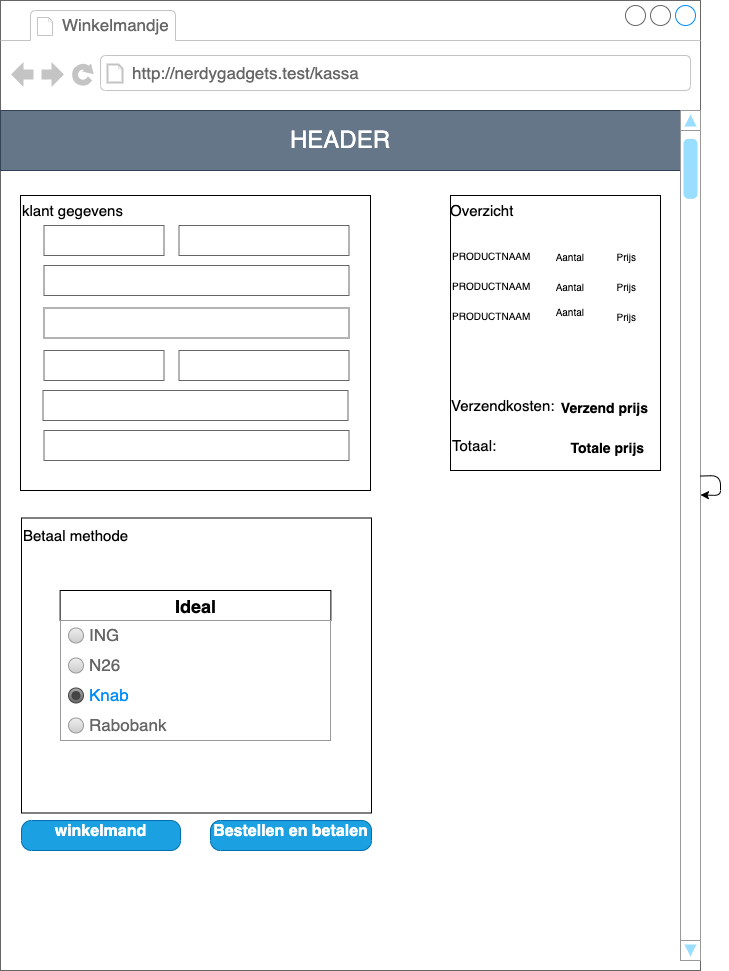
The draw.io diagram drawio/wireframe/Kassa_sprint_4wireframe.drawio.png in Naraquoth/nerdygadgets, before a commit. Source tidied: cells renumbered, new cells last; positions are measured from the earlier drawing's top-left corner, leaving out a move shared by most shapes.
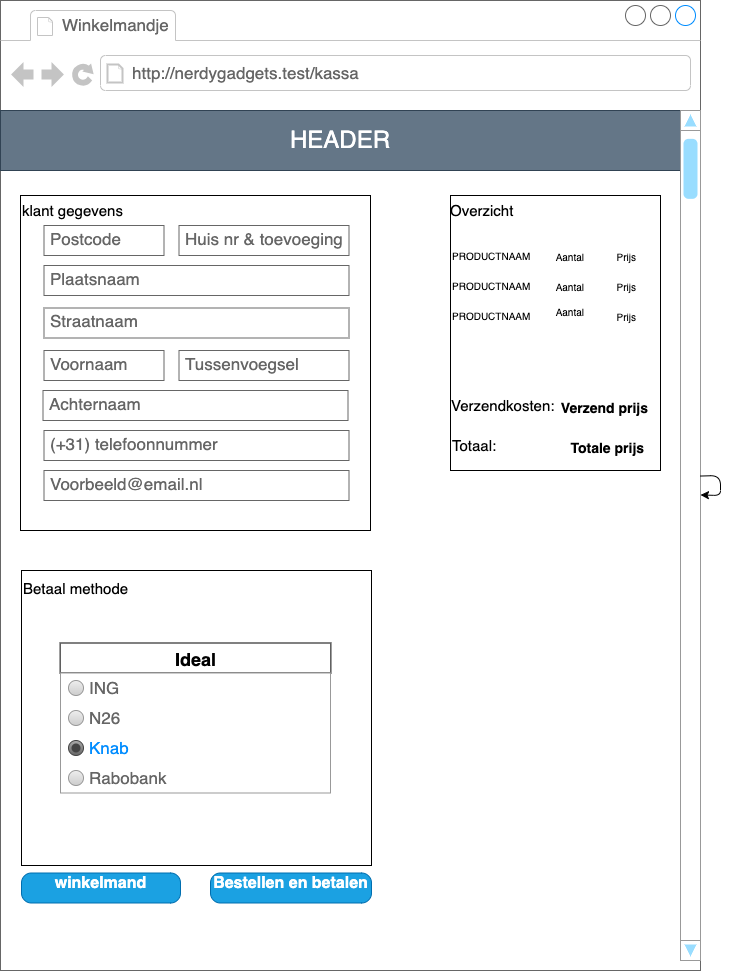
Later version of the same file.

Diff of the diagram source:
```diff
@@ -33,7 +33,7 @@
       <mxGeometry x="582" y="245" width="56" height="20" as="geometry" />
     </mxCell>
     <mxCell id="12" style="strokeWidth=1;shadow=0;dashed=0;align=center;html=1;shape=mxgraph.mockup.buttons.multiButton;mainText=;subText=;fillColor=#1ba1e2;fontColor=#ffffff;strokeColor=#006EAF;" parent="2" vertex="1">
-      <mxGeometry x="210" y="820" width="161" height="30" as="geometry" />
+      <mxGeometry x="210" y="872.5" width="161" height="30" as="geometry" />
     </mxCell>
     <mxCell id="13" value="Bestellen en betalen" style="strokeWidth=1;shadow=0;dashed=0;align=center;html=1;shape=mxgraph.mockup.anchor;fontSize=16;fontColor=#ffffff;fontStyle=1;whiteSpace=wrap;" parent="12" vertex="1">
       <mxGeometry y="4.8" width="161" height="12" as="geometry" />
@@ -69,46 +69,46 @@
       <mxGeometry x="450" y="430" width="212" height="30" as="geometry" />
     </mxCell>
     <mxCell id="24" style="rounded=0;whiteSpace=wrap;html=1;shadow=0;glass=0;sketch=0;fillStyle=auto;fontSize=24;" parent="2" vertex="1">
-      <mxGeometry x="20" y="195" width="350" height="295" as="geometry" />
+      <mxGeometry x="20" y="195" width="350" height="335" as="geometry" />
     </mxCell>
-    <mxCell id="25" value="&lt;font color=&quot;#ffffff&quot;&gt;Voornaam&lt;/font&gt;" style="strokeWidth=1;shadow=0;dashed=0;align=center;html=1;shape=mxgraph.mockup.text.textBox;fontColor=#666666;align=left;fontSize=17;spacingLeft=4;spacingTop=-3;strokeColor=#666666;mainText=;" parent="2" vertex="1">
+    <mxCell id="25" value="Voornaam" style="strokeWidth=1;shadow=0;dashed=0;align=center;html=1;shape=mxgraph.mockup.text.textBox;fontColor=#666666;align=left;fontSize=17;spacingLeft=4;spacingTop=-3;strokeColor=#666666;mainText=;" parent="2" vertex="1">
       <mxGeometry x="43.5" y="350" width="120" height="30" as="geometry" />
     </mxCell>
-    <mxCell id="26" value="&lt;font color=&quot;#ffffff&quot;&gt;Postcode&lt;/font&gt;" style="strokeWidth=1;shadow=0;dashed=0;align=center;html=1;shape=mxgraph.mockup.text.textBox;fontColor=#666666;align=left;fontSize=17;spacingLeft=4;spacingTop=-3;strokeColor=#666666;mainText=;" parent="2" vertex="1">
+    <mxCell id="26" value="Postcode" style="strokeWidth=1;shadow=0;dashed=0;align=center;html=1;shape=mxgraph.mockup.text.textBox;fontColor=#666666;align=left;fontSize=17;spacingLeft=4;spacingTop=-3;strokeColor=#666666;mainText=;" parent="2" vertex="1">
       <mxGeometry x="43.5" y="225" width="120" height="30" as="geometry" />
     </mxCell>
-    <mxCell id="27" value="&lt;font color=&quot;#ffffff&quot;&gt;Huis nr &amp;amp; toevoeging&lt;/font&gt;" style="strokeWidth=1;shadow=0;dashed=0;align=center;html=1;shape=mxgraph.mockup.text.textBox;fontColor=#666666;align=left;fontSize=17;spacingLeft=4;spacingTop=-3;strokeColor=#666666;mainText=;" parent="2" vertex="1">
+    <mxCell id="27" value="Huis nr &amp;amp; toevoeging" style="strokeWidth=1;shadow=0;dashed=0;align=center;html=1;shape=mxgraph.mockup.text.textBox;fontColor=#666666;align=left;fontSize=17;spacingLeft=4;spacingTop=-3;strokeColor=#666666;mainText=;" parent="2" vertex="1">
       <mxGeometry x="178.5" y="225" width="170" height="30" as="geometry" />
     </mxCell>
-    <mxCell id="28" value="&lt;font color=&quot;#ffffff&quot;&gt;Plaatsnaam&lt;/font&gt;" style="strokeWidth=1;shadow=0;dashed=0;align=center;html=1;shape=mxgraph.mockup.text.textBox;fontColor=#666666;align=left;fontSize=17;spacingLeft=4;spacingTop=-3;strokeColor=#666666;mainText=;" parent="2" vertex="1">
+    <mxCell id="28" value="Plaatsnaam" style="strokeWidth=1;shadow=0;dashed=0;align=center;html=1;shape=mxgraph.mockup.text.textBox;fontColor=#666666;align=left;fontSize=17;spacingLeft=4;spacingTop=-3;strokeColor=#666666;mainText=;" parent="2" vertex="1">
       <mxGeometry x="43.5" y="265" width="305" height="30" as="geometry" />
     </mxCell>
-    <mxCell id="29" value="&lt;font color=&quot;#ffffff&quot;&gt;Straatnaam&lt;/font&gt;" style="strokeWidth=1;shadow=0;dashed=0;align=center;html=1;shape=mxgraph.mockup.text.textBox;fontColor=#666666;align=left;fontSize=17;spacingLeft=4;spacingTop=-3;strokeColor=#666666;mainText=;" parent="2" vertex="1">
+    <mxCell id="29" value="Straatnaam" style="strokeWidth=1;shadow=0;dashed=0;align=center;html=1;shape=mxgraph.mockup.text.textBox;fontColor=#666666;align=left;fontSize=17;spacingLeft=4;spacingTop=-3;strokeColor=#666666;mainText=;" parent="2" vertex="1">
       <mxGeometry x="43.5" y="307.5" width="305" height="30" as="geometry" />
     </mxCell>
     <mxCell id="30" value="klant gegevens" style="text;html=1;strokeColor=none;fillColor=none;align=left;verticalAlign=middle;whiteSpace=wrap;rounded=0;shadow=0;glass=0;sketch=0;fillStyle=auto;fontSize=15;fontStyle=0;" parent="2" vertex="1">
       <mxGeometry x="20" y="195" width="350" height="30" as="geometry" />
     </mxCell>
-    <mxCell id="31" value="&lt;font color=&quot;#ffffff&quot;&gt;Tussenvoegsel&lt;/font&gt;" style="strokeWidth=1;shadow=0;dashed=0;align=center;html=1;shape=mxgraph.mockup.text.textBox;fontColor=#666666;align=left;fontSize=17;spacingLeft=4;spacingTop=-3;strokeColor=#666666;mainText=;" parent="2" vertex="1">
+    <mxCell id="31" value="Tussenvoegsel" style="strokeWidth=1;shadow=0;dashed=0;align=center;html=1;shape=mxgraph.mockup.text.textBox;fontColor=#666666;align=left;fontSize=17;spacingLeft=4;spacingTop=-3;strokeColor=#666666;mainText=;" parent="2" vertex="1">
       <mxGeometry x="178.5" y="350" width="170" height="30" as="geometry" />
     </mxCell>
-    <mxCell id="32" value="&lt;font color=&quot;#ffffff&quot;&gt;Achternaam&lt;/font&gt;" style="strokeWidth=1;shadow=0;dashed=0;align=center;html=1;shape=mxgraph.mockup.text.textBox;fontColor=#666666;align=left;fontSize=17;spacingLeft=4;spacingTop=-3;strokeColor=#666666;mainText=;" parent="2" vertex="1">
+    <mxCell id="32" value="Achternaam" style="strokeWidth=1;shadow=0;dashed=0;align=center;html=1;shape=mxgraph.mockup.text.textBox;fontColor=#666666;align=left;fontSize=17;spacingLeft=4;spacingTop=-3;strokeColor=#666666;mainText=;" parent="2" vertex="1">
       <mxGeometry x="42.5" y="390" width="305" height="30" as="geometry" />
     </mxCell>
-    <mxCell id="33" value="&lt;font color=&quot;#ffffff&quot;&gt;(+31) telefoonnummer&lt;/font&gt;" style="strokeWidth=1;shadow=0;dashed=0;align=center;html=1;shape=mxgraph.mockup.text.textBox;fontColor=#666666;align=left;fontSize=17;spacingLeft=4;spacingTop=-3;strokeColor=#666666;mainText=;" parent="2" vertex="1">
+    <mxCell id="33" value="(+31) telefoonnummer" style="strokeWidth=1;shadow=0;dashed=0;align=center;html=1;shape=mxgraph.mockup.text.textBox;fontColor=#666666;align=left;fontSize=17;spacingLeft=4;spacingTop=-3;strokeColor=#666666;mainText=;" parent="2" vertex="1">
       <mxGeometry x="43.5" y="430" width="305" height="30" as="geometry" />
     </mxCell>
     <mxCell id="34" style="rounded=0;whiteSpace=wrap;html=1;shadow=0;glass=0;sketch=0;fillStyle=auto;fontSize=24;" parent="2" vertex="1">
-      <mxGeometry x="21" y="517.5" width="350" height="295" as="geometry" />
+      <mxGeometry x="21" y="570" width="350" height="295" as="geometry" />
     </mxCell>
     <mxCell id="35" value="Betaal methode" style="text;html=1;strokeColor=none;fillColor=none;align=left;verticalAlign=middle;whiteSpace=wrap;rounded=0;shadow=0;glass=0;sketch=0;fillStyle=auto;fontSize=15;fontStyle=0;" parent="2" vertex="1">
-      <mxGeometry x="21" y="520" width="350" height="30" as="geometry" />
+      <mxGeometry x="21" y="572.5" width="350" height="30" as="geometry" />
     </mxCell>
     <mxCell id="36" value="&lt;font style=&quot;font-size: 18px;&quot;&gt;Ideal&lt;/font&gt;" style="text;html=1;strokeColor=default;fillColor=none;align=center;verticalAlign=middle;whiteSpace=wrap;rounded=0;shadow=0;glass=0;sketch=0;fillStyle=auto;fontSize=24;fontStyle=1;perimeterSpacing=1;" parent="2" vertex="1">
-      <mxGeometry x="59.6" y="590" width="270.8" height="30" as="geometry" />
+      <mxGeometry x="59.6" y="642.5" width="270.8" height="30" as="geometry" />
     </mxCell>
     <mxCell id="37" style="strokeWidth=1;shadow=0;dashed=0;align=center;html=1;shape=mxgraph.mockup.forms.rrect;rSize=0;strokeColor=#999999;fillColor=#ffffff;fontSize=18;fontColor=#FFFFFF;" parent="2" vertex="1">
-      <mxGeometry x="60" y="620" width="270" height="120" as="geometry" />
+      <mxGeometry x="60" y="672.5" width="270" height="120" as="geometry" />
     </mxCell>
     <mxCell id="38" value="ING" style="shape=ellipse;rSize=0;fillColor=#eeeeee;strokeColor=#999999;gradientColor=#cccccc;html=1;align=left;spacingLeft=4;fontSize=17;fontColor=#666666;labelPosition=right;" parent="37" vertex="1">
       <mxGeometry x="8" y="7.5" width="15" height="15" as="geometry" />
@@ -126,11 +126,14 @@
       <mxGeometry x="8" y="97.5" width="15" height="15" as="geometry" />
     </mxCell>
     <mxCell id="43" style="strokeWidth=1;shadow=0;dashed=0;align=center;html=1;shape=mxgraph.mockup.buttons.multiButton;mainText=;subText=;fillColor=#1ba1e2;fontColor=#ffffff;strokeColor=#006EAF;" parent="2" vertex="1">
-      <mxGeometry x="21" y="820" width="159" height="30" as="geometry" />
+      <mxGeometry x="21" y="872.5" width="159" height="30" as="geometry" />
     </mxCell>
     <mxCell id="44" value="winkelmand" style="strokeWidth=1;shadow=0;dashed=0;align=center;html=1;shape=mxgraph.mockup.anchor;fontSize=16;fontColor=#ffffff;fontStyle=1;whiteSpace=wrap;" parent="43" vertex="1">
       <mxGeometry y="4.8" width="159" height="12" as="geometry" />
     </mxCell>
+    <mxCell id="46" value="Voorbeeld@email.nl" style="strokeWidth=1;shadow=0;dashed=0;align=center;html=1;shape=mxgraph.mockup.text.textBox;fontColor=#666666;align=left;fontSize=17;spacingLeft=4;spacingTop=-3;strokeColor=#666666;mainText=;" parent="2" vertex="1">
+      <mxGeometry x="43.5" y="470" width="305" height="30" as="geometry" />
+    </mxCell>
     <mxCell id="45" style="edgeStyle=none;html=1;" parent="1" edge="1" source="2" target="2">
       <mxGeometry relative="1" as="geometry" />
     </mxCell>
```
